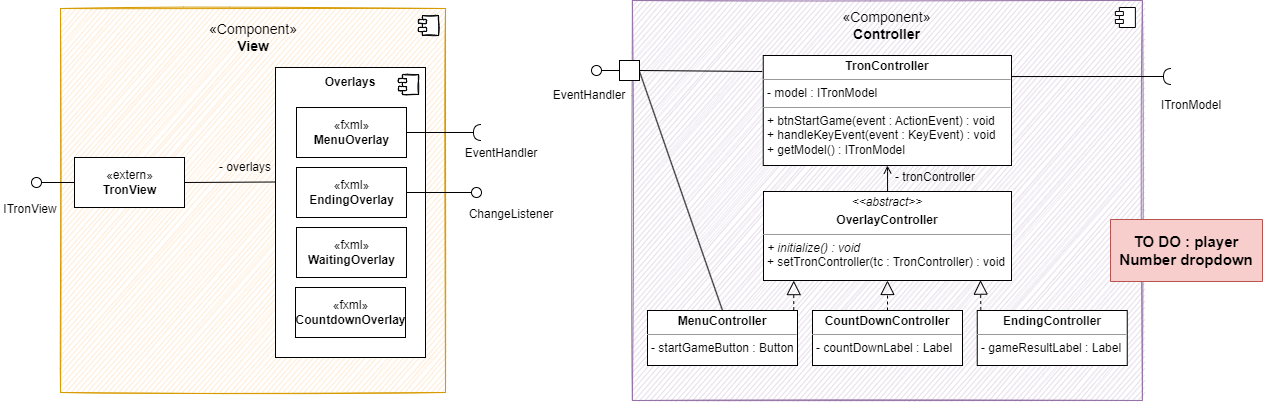
The draw.io diagram diagrams/bs_layer2_view_controller.png in sckoenig/Distributed-Tron, before a commit. Source tidied: cells renumbered, new cells last; positions are measured from the earlier drawing's top-left corner, leaving out a move shared by most shapes.
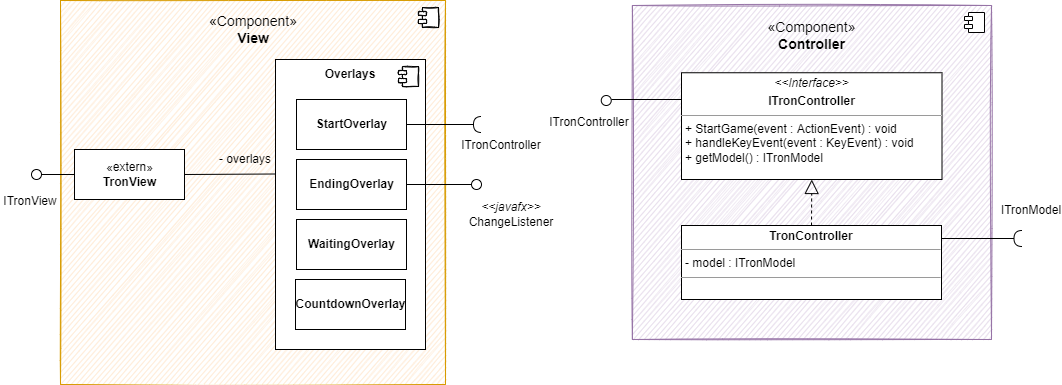
After the commit.

The edit, as a diff of the source:
```diff
@@ -27,16 +27,16 @@
     <mxCell id="8" value="&lt;b&gt;Overlays&lt;/b&gt;" style="text;html=1;strokeColor=none;fillColor=none;align=center;verticalAlign=middle;whiteSpace=wrap;rounded=0;sketch=1;" parent="1" vertex="1">
       <mxGeometry x="320" y="67" width="60" height="30" as="geometry" />
     </mxCell>
-    <mxCell id="9" value="«fxml»&lt;br&gt;&lt;b&gt;MenuOverlay&lt;/b&gt;" style="html=1;fillColor=default;sketch=0;" parent="1" vertex="1">
+    <mxCell id="9" value="&lt;b&gt;StartOverlay&lt;/b&gt;" style="html=1;fillColor=default;sketch=0;" parent="1" vertex="1">
       <mxGeometry x="296" y="107" width="110" height="50" as="geometry" />
     </mxCell>
-    <mxCell id="10" value="«fxml»&lt;br&gt;&lt;b&gt;EndingOverlay&lt;/b&gt;" style="html=1;fillColor=default;sketch=0;" parent="1" vertex="1">
+    <mxCell id="10" value="&lt;b&gt;EndingOverlay&lt;/b&gt;" style="html=1;fillColor=default;sketch=0;" parent="1" vertex="1">
       <mxGeometry x="296" y="167" width="110" height="50" as="geometry" />
     </mxCell>
-    <mxCell id="11" value="«fxml»&lt;br&gt;&lt;b&gt;WaitingOverlay&lt;/b&gt;" style="html=1;fillColor=default;sketch=0;" parent="1" vertex="1">
+    <mxCell id="11" value="&lt;b&gt;WaitingOverlay&lt;/b&gt;" style="html=1;fillColor=default;sketch=0;" parent="1" vertex="1">
       <mxGeometry x="296" y="227" width="110" height="50" as="geometry" />
     </mxCell>
-    <mxCell id="12" style="endArrow=none;endFill=0;endSize=24;html=1;rounded=0;entryX=1;entryY=0.5;entryDx=0;entryDy=0;sketch=0;exitX=1;exitY=1;exitDx=0;exitDy=0;" parent="1" edge="1" source="26" target="5">
+    <mxCell id="12" style="endArrow=none;endFill=0;endSize=24;html=1;rounded=0;entryX=1;entryY=0.5;entryDx=0;entryDy=0;sketch=0;exitX=1;exitY=1;exitDx=0;exitDy=0;" parent="1" edge="1" source="24" target="5">
       <mxGeometry relative="1" as="geometry" />
     </mxCell>
     <mxCell id="13" style="rounded=0;jettySize=auto;html=1;endArrow=none;endFill=0;sketch=0;sourcePerimeterSpacing=0;targetPerimeterSpacing=0;exitX=0;exitY=0.5;exitDx=0;exitDy=0;" parent="1" edge="1" source="5" target="14">
@@ -49,7 +49,7 @@
       <mxGeometry y="194" width="60" height="30" as="geometry" />
     </mxCell>
     <mxCell id="16" style="html=1;fillColor=#e1d5e7;strokeColor=#9673a6;sketch=1;" parent="1" vertex="1">
-      <mxGeometry x="631.9" width="510" height="400" as="geometry" />
+      <mxGeometry x="631.9" y="13" width="359.1" height="334" as="geometry" />
     </mxCell>
     <mxCell id="17" style="shape=module;jettyWidth=8;jettyHeight=4;sketch=0;" parent="16" vertex="1">
       <mxGeometry x="1" width="20" height="20" relative="1" as="geometry">
@@ -57,92 +57,60 @@
       </mxGeometry>
     </mxCell>
     <mxCell id="18" value="&lt;font style=&quot;font-size: 14px;&quot;&gt;&lt;span style=&quot;&quot;&gt;«Component»&lt;/span&gt;&lt;br style=&quot;&quot;&gt;&lt;b style=&quot;&quot;&gt;Controller&lt;/b&gt;&lt;/font&gt;" style="text;html=1;strokeColor=none;fillColor=none;align=center;verticalAlign=middle;whiteSpace=wrap;rounded=0;sketch=0;" parent="1" vertex="1">
-      <mxGeometry x="859.4" y="10" width="55" height="30" as="geometry" />
+      <mxGeometry x="783.5" y="28" width="55" height="30" as="geometry" />
     </mxCell>
-    <mxCell id="19" style="rounded=0;orthogonalLoop=1;jettySize=auto;html=1;endArrow=halfCircle;endFill=0;endSize=6;strokeWidth=1;sketch=0;exitX=1.001;exitY=0.602;exitDx=0;exitDy=0;exitPerimeter=0;" parent="1" edge="1">
+    <mxCell id="19" style="rounded=0;orthogonalLoop=1;jettySize=auto;html=1;endArrow=halfCircle;endFill=0;endSize=6;strokeWidth=1;sketch=0;" parent="1" edge="1">
       <mxGeometry relative="1" as="geometry">
-        <mxPoint x="901.9" y="76.1" as="sourcePoint" />
-        <mxPoint x="1171" y="76" as="targetPoint" />
+        <mxPoint x="941.5" y="246" as="sourcePoint" />
+        <mxPoint x="1021.5" y="246" as="targetPoint" />
       </mxGeometry>
     </mxCell>
-    <mxCell id="20" value="- tronController" style="text;html=1;strokeColor=none;fillColor=none;align=center;verticalAlign=middle;whiteSpace=wrap;rounded=0;sketch=0;" parent="1" vertex="1">
-      <mxGeometry x="875" y="162" width="120" height="30" as="geometry" />
+    <mxCell id="20" style="rounded=0;jettySize=auto;html=1;endArrow=halfCircle;endFill=0;endSize=6;strokeWidth=1;sketch=0;" parent="1" edge="1" source="9">
+      <mxGeometry relative="1" as="geometry">
+        <mxPoint x="481" y="132" as="targetPoint" />
+      </mxGeometry>
     </mxCell>
-    <mxCell id="21" style="rounded=0;jettySize=auto;html=1;endArrow=halfCircle;endFill=0;endSize=6;strokeWidth=1;sketch=0;" parent="1" edge="1" source="9">
-      <mxGeometry relative="1" as="geometry">
-        <mxPoint x="481" y="132" as="targetPoint" />
-      </mxGeometry>
+    <mxCell id="21" value="ITronController" style="text;html=1;strokeColor=none;fillColor=none;align=center;verticalAlign=middle;whiteSpace=wrap;rounded=0;sketch=1;" parent="1" vertex="1">
+      <mxGeometry x="471" y="138" width="60" height="30" as="geometry" />
     </mxCell>
-    <mxCell id="22" value="EventHandler" style="text;html=1;strokeColor=none;fillColor=none;align=center;verticalAlign=middle;whiteSpace=wrap;rounded=0;sketch=1;" parent="1" vertex="1">
-      <mxGeometry x="471" y="138" width="60" height="30" as="geometry" />
+    <mxCell id="22" style="ellipse;whiteSpace=wrap;html=1;align=center;sketch=0;" parent="1" vertex="1">
+      <mxGeometry x="600.8" y="103" width="10" height="10" as="geometry" />
     </mxCell>
-    <mxCell id="23" style="ellipse;whiteSpace=wrap;html=1;align=center;points=[];outlineConnect=0;sketch=0;" parent="1" vertex="1">
-      <mxGeometry x="591" y="65" width="10" height="10" as="geometry" />
+    <mxCell id="23" value="ITronController" style="text;html=1;strokeColor=none;fillColor=none;align=center;verticalAlign=middle;whiteSpace=wrap;rounded=0;sketch=0;" parent="1" vertex="1">
+      <mxGeometry x="559" y="115" width="60" height="30" as="geometry" />
     </mxCell>
-    <mxCell id="24" style="rounded=0;jettySize=auto;html=1;endArrow=none;endFill=0;sketch=0;sourcePerimeterSpacing=0;targetPerimeterSpacing=0;exitX=0;exitY=0.5;exitDx=0;exitDy=0;" parent="1" edge="1" source="27" target="23">
-      <mxGeometry relative="1" as="geometry" />
+    <mxCell id="24" value="- overlays" style="text;html=1;strokeColor=none;fillColor=none;align=center;verticalAlign=middle;whiteSpace=wrap;rounded=0;sketch=1;" parent="1" vertex="1">
+      <mxGeometry x="215" y="151.5" width="60" height="30" as="geometry" />
     </mxCell>
-    <mxCell id="25" value="EventHandler" style="text;html=1;strokeColor=none;fillColor=none;align=center;verticalAlign=middle;whiteSpace=wrap;rounded=0;sketch=0;" parent="1" vertex="1">
-      <mxGeometry x="559" y="80" width="60" height="30" as="geometry" />
+    <mxCell id="25" style="endArrow=none;endSize=12;html=1;rounded=0;endFill=0;sketch=0;" parent="1" edge="1">
+      <mxGeometry relative="1" as="geometry">
+        <mxPoint x="611" y="107" as="sourcePoint" />
+        <mxPoint x="681" y="107" as="targetPoint" />
+      </mxGeometry>
     </mxCell>
-    <mxCell id="26" value="- overlays" style="text;html=1;strokeColor=none;fillColor=none;align=center;verticalAlign=middle;whiteSpace=wrap;rounded=0;sketch=1;" parent="1" vertex="1">
-      <mxGeometry x="215" y="151.5" width="60" height="30" as="geometry" />
+    <mxCell id="26" style="rounded=0;jettySize=auto;html=1;endArrow=none;endFill=0;sketch=0;sourcePerimeterSpacing=0;targetPerimeterSpacing=0;exitX=1;exitY=0.5;exitDx=0;exitDy=0;" parent="1" edge="1" source="10" target="27">
+      <mxGeometry relative="1" as="geometry" />
     </mxCell>
-    <mxCell id="27" style="whiteSpace=wrap;html=1;sketch=0;" parent="1" vertex="1">
-      <mxGeometry x="619" y="60" width="20" height="20" as="geometry" />
+    <mxCell id="27" style="ellipse;whiteSpace=wrap;html=1;align=center;points=[];outlineConnect=0;sketch=0;" parent="1" vertex="1">
+      <mxGeometry x="471" y="187" width="10" height="10" as="geometry" />
     </mxCell>
-    <mxCell id="28" style="endArrow=none;endSize=12;html=1;rounded=0;exitX=1;exitY=0.5;exitDx=0;exitDy=0;endFill=0;sketch=0;" parent="1" edge="1" source="27">
-      <mxGeometry relative="1" as="geometry">
-        <mxPoint x="761.8" y="71" as="targetPoint" />
-      </mxGeometry>
+    <mxCell id="28" value="&lt;i&gt;&amp;lt;&amp;lt;javafx&amp;gt;&amp;gt;&lt;/i&gt;&lt;br&gt;ChangeListener" style="text;html=1;strokeColor=none;fillColor=none;align=center;verticalAlign=middle;whiteSpace=wrap;rounded=0;" parent="1" vertex="1">
+      <mxGeometry x="481" y="207" width="60" height="30" as="geometry" />
     </mxCell>
-    <mxCell id="29" style="endArrow=none;endSize=12;html=1;rounded=0;exitX=1.014;exitY=0.584;exitDx=0;exitDy=0;entryX=0.5;entryY=0;entryDx=0;entryDy=0;exitPerimeter=0;endFill=0;sketch=0;" parent="1" edge="1" source="27" target="38">
-      <mxGeometry x="0.03" y="10" relative="1" as="geometry" />
+    <mxCell id="29" value="&lt;b&gt;CountdownOverlay&lt;/b&gt;" style="html=1;fillColor=default;sketch=0;" parent="1" vertex="1">
+      <mxGeometry x="295" y="287" width="110" height="50" as="geometry" />
     </mxCell>
-    <mxCell id="30" style="rounded=0;jettySize=auto;html=1;endArrow=none;endFill=0;sketch=0;sourcePerimeterSpacing=0;targetPerimeterSpacing=0;exitX=1;exitY=0.5;exitDx=0;exitDy=0;" parent="1" edge="1" source="10" target="31">
-      <mxGeometry relative="1" as="geometry" />
+    <mxCell id="30" value="&lt;p style=&quot;margin:0px;margin-top:4px;text-align:center;&quot;&gt;&lt;span style=&quot;font-weight: 700;&quot;&gt;TronController&lt;/span&gt;&lt;br&gt;&lt;/p&gt;&lt;hr size=&quot;1&quot;&gt;&lt;p style=&quot;margin:0px;margin-left:4px;&quot;&gt;- model : ITronModel&lt;/p&gt;&lt;hr size=&quot;1&quot;&gt;&lt;p style=&quot;margin:0px;margin-left:4px;&quot;&gt;&lt;br&gt;&lt;/p&gt;&lt;div style=&quot;padding: 0px; margin: 0px;&quot;&gt;&lt;br style=&quot;padding: 0px; margin: 0px;&quot;&gt;&lt;/div&gt;&lt;div style=&quot;padding: 0px; margin: 0px;&quot;&gt;&lt;br style=&quot;padding: 0px; margin: 0px;&quot;&gt;&lt;/div&gt;" style="verticalAlign=top;align=left;overflow=fill;fontSize=12;fontFamily=Helvetica;html=1;sketch=0;fillColor=default;" parent="1" vertex="1">
+      <mxGeometry x="681" y="233" width="260" height="74" as="geometry" />
     </mxCell>
-    <mxCell id="31" style="ellipse;whiteSpace=wrap;html=1;align=center;points=[];outlineConnect=0;sketch=0;" parent="1" vertex="1">
-      <mxGeometry x="471" y="187" width="10" height="10" as="geometry" />
+    <mxCell id="31" value="ITronModel" style="text;html=1;strokeColor=none;fillColor=none;align=center;verticalAlign=middle;whiteSpace=wrap;rounded=0;sketch=0;" parent="1" vertex="1">
+      <mxGeometry x="1001" y="203" width="60" height="30" as="geometry" />
     </mxCell>
-    <mxCell id="32" value="ChangeListener" style="text;html=1;strokeColor=none;fillColor=none;align=center;verticalAlign=middle;whiteSpace=wrap;rounded=0;" parent="1" vertex="1">
-      <mxGeometry x="480.8" y="199" width="60" height="30" as="geometry" />
+    <mxCell id="32" value="&lt;p style=&quot;margin:0px;margin-top:4px;text-align:center;&quot;&gt;&lt;i&gt;&amp;lt;&amp;lt;Interface&lt;/i&gt;&lt;i style=&quot;background-color: initial;&quot;&gt;&amp;gt;&amp;gt;&lt;/i&gt;&lt;/p&gt;&lt;p style=&quot;margin:0px;margin-top:4px;text-align:center;&quot;&gt;&lt;b&gt;ITronController&lt;/b&gt;&lt;/p&gt;&lt;hr size=&quot;1&quot;&gt;&lt;p style=&quot;margin: 0px 0px 0px 4px;&quot;&gt;+ StartGame(event : ActionEvent) : void&lt;/p&gt;&lt;p style=&quot;margin: 0px 0px 0px 4px;&quot;&gt;+ handleKeyEvent(event : KeyEvent) : void&lt;/p&gt;&lt;p style=&quot;margin: 0px 0px 0px 4px;&quot;&gt;+ getModel() : ITronModel&lt;/p&gt;" style="verticalAlign=top;align=left;overflow=fill;fontSize=12;fontFamily=Helvetica;html=1;" parent="1" vertex="1">
+      <mxGeometry x="681" y="80.2" width="260.5" height="106.8" as="geometry" />
     </mxCell>
-    <mxCell id="33" value="«fxml»&lt;br&gt;&lt;b&gt;CountdownOverlay&lt;/b&gt;" style="html=1;fillColor=default;sketch=0;" parent="1" vertex="1">
-      <mxGeometry x="295" y="287" width="110" height="50" as="geometry" />
+    <mxCell id="33" style="endArrow=block;dashed=1;endFill=0;endSize=12;html=1;rounded=0;exitX=0.5;exitY=0;exitDx=0;exitDy=0;entryX=0.5;entryY=1;entryDx=0;entryDy=0;" parent="1" edge="1" source="30" target="32">
+      <mxGeometry relative="1" as="geometry" />
     </mxCell>
-    <mxCell id="34" style="edgeStyle=orthogonalEdgeStyle;rounded=0;sketch=0;jettySize=auto;html=1;entryX=0.5;entryY=1;entryDx=0;entryDy=0;strokeColor=#000000;fontSize=12;endArrow=open;endFill=0;endSize=6;" parent="1" edge="1" source="35" target="39">
-      <mxGeometry relative="1" as="geometry" />
-    </mxCell>
-    <mxCell id="35" value="&lt;p style=&quot;margin:0px;margin-top:4px;text-align:center;&quot;&gt;&lt;i&gt;&amp;lt;&amp;lt;abstract&lt;/i&gt;&lt;i style=&quot;background-color: initial;&quot;&gt;&amp;gt;&amp;gt;&lt;/i&gt;&lt;/p&gt;&lt;p style=&quot;margin:0px;margin-top:4px;text-align:center;&quot;&gt;&lt;b&gt;OverlayController&lt;/b&gt;&lt;/p&gt;&lt;hr size=&quot;1&quot;&gt;&lt;p style=&quot;margin: 0px 0px 0px 4px;&quot;&gt;&lt;i&gt;+ initialize() : void&lt;/i&gt;&lt;/p&gt;&lt;p style=&quot;margin: 0px 0px 0px 4px;&quot;&gt;+ setTronController(tc : TronController) : void&lt;/p&gt;&lt;div style=&quot;padding: 0px; margin: 0px;&quot;&gt;&lt;br style=&quot;padding: 0px; margin: 0px;&quot;&gt;&lt;/div&gt;&lt;div style=&quot;padding: 0px; margin: 0px;&quot;&gt;&lt;br style=&quot;padding: 0px; margin: 0px;&quot;&gt;&lt;/div&gt;&lt;div style=&quot;padding: 0px; margin: 0px;&quot;&gt;&lt;br style=&quot;padding: 0px; margin: 0px;&quot;&gt;&lt;/div&gt;&lt;p style=&quot;margin:0px;margin-left:4px;&quot;&gt;&lt;br&gt;&lt;/p&gt;" style="verticalAlign=top;align=left;overflow=fill;fontSize=12;fontFamily=Helvetica;html=1;" parent="1" vertex="1">
-      <mxGeometry x="763" y="191" width="248" height="89" as="geometry" />
-    </mxCell>
-    <mxCell id="36" value="&lt;p style=&quot;margin:0px;margin-top:4px;text-align:center;&quot;&gt;&lt;span style=&quot;font-weight: 700;&quot;&gt;EndingController&lt;/span&gt;&lt;br&gt;&lt;/p&gt;&lt;hr size=&quot;1&quot;&gt;&lt;p style=&quot;margin:0px;margin-left:4px;&quot;&gt;- gameResultLabel : Label&lt;/p&gt;&lt;p style=&quot;margin:0px;margin-left:4px;&quot;&gt;&lt;br&gt;&lt;/p&gt;&lt;div style=&quot;padding: 0px; margin: 0px;&quot;&gt;&lt;br style=&quot;padding: 0px; margin: 0px;&quot;&gt;&lt;/div&gt;&lt;div style=&quot;padding: 0px; margin: 0px;&quot;&gt;&lt;br style=&quot;padding: 0px; margin: 0px;&quot;&gt;&lt;/div&gt;&lt;div style=&quot;padding: 0px; margin: 0px;&quot;&gt;&lt;br style=&quot;padding: 0px; margin: 0px;&quot;&gt;&lt;/div&gt;" style="verticalAlign=top;align=left;overflow=fill;fontSize=12;fontFamily=Helvetica;html=1;sketch=0;fillColor=default;" parent="1" vertex="1">
-      <mxGeometry x="976.8" y="310" width="150" height="55" as="geometry" />
-    </mxCell>
-    <mxCell id="37" value="&lt;p style=&quot;margin:0px;margin-top:4px;text-align:center;&quot;&gt;&lt;span style=&quot;font-weight: 700;&quot;&gt;CountDownController&lt;/span&gt;&lt;br&gt;&lt;/p&gt;&lt;hr size=&quot;1&quot;&gt;&lt;p style=&quot;margin:0px;margin-left:4px;&quot;&gt;- countDownLabel : Label&lt;/p&gt;&lt;p style=&quot;margin:0px;margin-left:4px;&quot;&gt;&lt;br&gt;&lt;/p&gt;&lt;div style=&quot;padding: 0px; margin: 0px;&quot;&gt;&lt;br style=&quot;padding: 0px; margin: 0px;&quot;&gt;&lt;/div&gt;&lt;div style=&quot;padding: 0px; margin: 0px;&quot;&gt;&lt;br style=&quot;padding: 0px; margin: 0px;&quot;&gt;&lt;/div&gt;&lt;div style=&quot;padding: 0px; margin: 0px;&quot;&gt;&lt;br style=&quot;padding: 0px; margin: 0px;&quot;&gt;&lt;/div&gt;" style="verticalAlign=top;align=left;overflow=fill;fontSize=12;fontFamily=Helvetica;html=1;sketch=0;fillColor=default;" parent="1" vertex="1">
-      <mxGeometry x="812" y="310" width="150" height="55" as="geometry" />
-    </mxCell>
-    <mxCell id="38" value="&lt;p style=&quot;margin:0px;margin-top:4px;text-align:center;&quot;&gt;&lt;span style=&quot;font-weight: 700;&quot;&gt;MenuController&lt;/span&gt;&lt;br&gt;&lt;/p&gt;&lt;hr size=&quot;1&quot;&gt;&lt;p style=&quot;margin:0px;margin-left:4px;&quot;&gt;- startGameButton : Button&lt;/p&gt;&lt;p style=&quot;margin:0px;margin-left:4px;&quot;&gt;&lt;br&gt;&lt;/p&gt;&lt;div style=&quot;padding: 0px; margin: 0px;&quot;&gt;&lt;br style=&quot;padding: 0px; margin: 0px;&quot;&gt;&lt;/div&gt;&lt;div style=&quot;padding: 0px; margin: 0px;&quot;&gt;&lt;br style=&quot;padding: 0px; margin: 0px;&quot;&gt;&lt;/div&gt;&lt;div style=&quot;padding: 0px; margin: 0px;&quot;&gt;&lt;br style=&quot;padding: 0px; margin: 0px;&quot;&gt;&lt;/div&gt;" style="verticalAlign=top;align=left;overflow=fill;fontSize=12;fontFamily=Helvetica;html=1;sketch=0;fillColor=default;" parent="1" vertex="1">
-      <mxGeometry x="647" y="310" width="150" height="55" as="geometry" />
-    </mxCell>
-    <mxCell id="39" value="&lt;p style=&quot;margin:0px;margin-top:4px;text-align:center;&quot;&gt;&lt;span style=&quot;font-weight: 700;&quot;&gt;TronController&lt;/span&gt;&lt;br&gt;&lt;/p&gt;&lt;hr size=&quot;1&quot;&gt;&lt;p style=&quot;margin:0px;margin-left:4px;&quot;&gt;- model : ITronModel&lt;/p&gt;&lt;hr size=&quot;1&quot;&gt;&lt;p style=&quot;margin:0px;margin-left:4px;&quot;&gt;+ btnStartGame(event : ActionEvent) : void&lt;/p&gt;&lt;p style=&quot;margin:0px;margin-left:4px;&quot;&gt;+ handleKeyEvent(event : KeyEvent) : void&lt;/p&gt;&lt;p style=&quot;margin:0px;margin-left:4px;&quot;&gt;+ getModel() : ITronModel&lt;/p&gt;&lt;div style=&quot;padding: 0px; margin: 0px;&quot;&gt;&lt;br style=&quot;padding: 0px; margin: 0px;&quot;&gt;&lt;/div&gt;&lt;div style=&quot;padding: 0px; margin: 0px;&quot;&gt;&lt;br style=&quot;padding: 0px; margin: 0px;&quot;&gt;&lt;/div&gt;&lt;div style=&quot;padding: 0px; margin: 0px;&quot;&gt;&lt;br style=&quot;padding: 0px; margin: 0px;&quot;&gt;&lt;/div&gt;" style="verticalAlign=top;align=left;overflow=fill;fontSize=12;fontFamily=Helvetica;html=1;sketch=0;fillColor=default;" parent="1" vertex="1">
-      <mxGeometry x="762.8" y="55" width="248.2" height="110" as="geometry" />
-    </mxCell>
-    <mxCell id="40" style="endArrow=block;dashed=1;endFill=0;endSize=12;html=1;rounded=0;sketch=0;strokeColor=#000000;fontSize=12;entryX=0.5;entryY=1;entryDx=0;entryDy=0;" parent="1" edge="1" source="37" target="35">
-      <mxGeometry relative="1" as="geometry" />
-    </mxCell>
-    <mxCell id="41" style="endArrow=block;dashed=1;endFill=0;endSize=12;html=1;rounded=0;sketch=0;strokeColor=#000000;fontSize=12;entryX=0.875;entryY=0.996;entryDx=0;entryDy=0;entryPerimeter=0;exitX=0.024;exitY=-0.008;exitDx=0;exitDy=0;exitPerimeter=0;" parent="1" edge="1" source="36" target="35">
-      <mxGeometry relative="1" as="geometry" />
-    </mxCell>
-    <mxCell id="42" style="endArrow=block;dashed=1;endFill=0;endSize=12;html=1;rounded=0;sketch=0;strokeColor=#000000;fontSize=12;entryX=0.122;entryY=1.001;entryDx=0;entryDy=0;entryPerimeter=0;exitX=0.975;exitY=-0.008;exitDx=0;exitDy=0;exitPerimeter=0;" parent="1" edge="1" source="38" target="35">
-      <mxGeometry relative="1" as="geometry" />
-    </mxCell>
-    <mxCell id="43" value="ITronModel" style="text;html=1;strokeColor=none;fillColor=none;align=center;verticalAlign=middle;whiteSpace=wrap;rounded=0;sketch=0;" parent="1" vertex="1">
-      <mxGeometry x="1161" y="90" width="60" height="30" as="geometry" />
-    </mxCell>
-    <mxCell id="44" value="&lt;font style=&quot;font-size: 15px;&quot;&gt;&lt;b&gt;TO DO : player Number dropdown&lt;/b&gt;&lt;/font&gt;" style="text;html=1;strokeColor=#b85450;fillColor=#f8cecc;align=center;verticalAlign=middle;whiteSpace=wrap;rounded=0;direction=south;" parent="1" vertex="1">
-      <mxGeometry x="1110" y="219" width="152" height="62" as="geometry" />
-    </mxCell>
   </root>
 </mxGraphModel>
```
